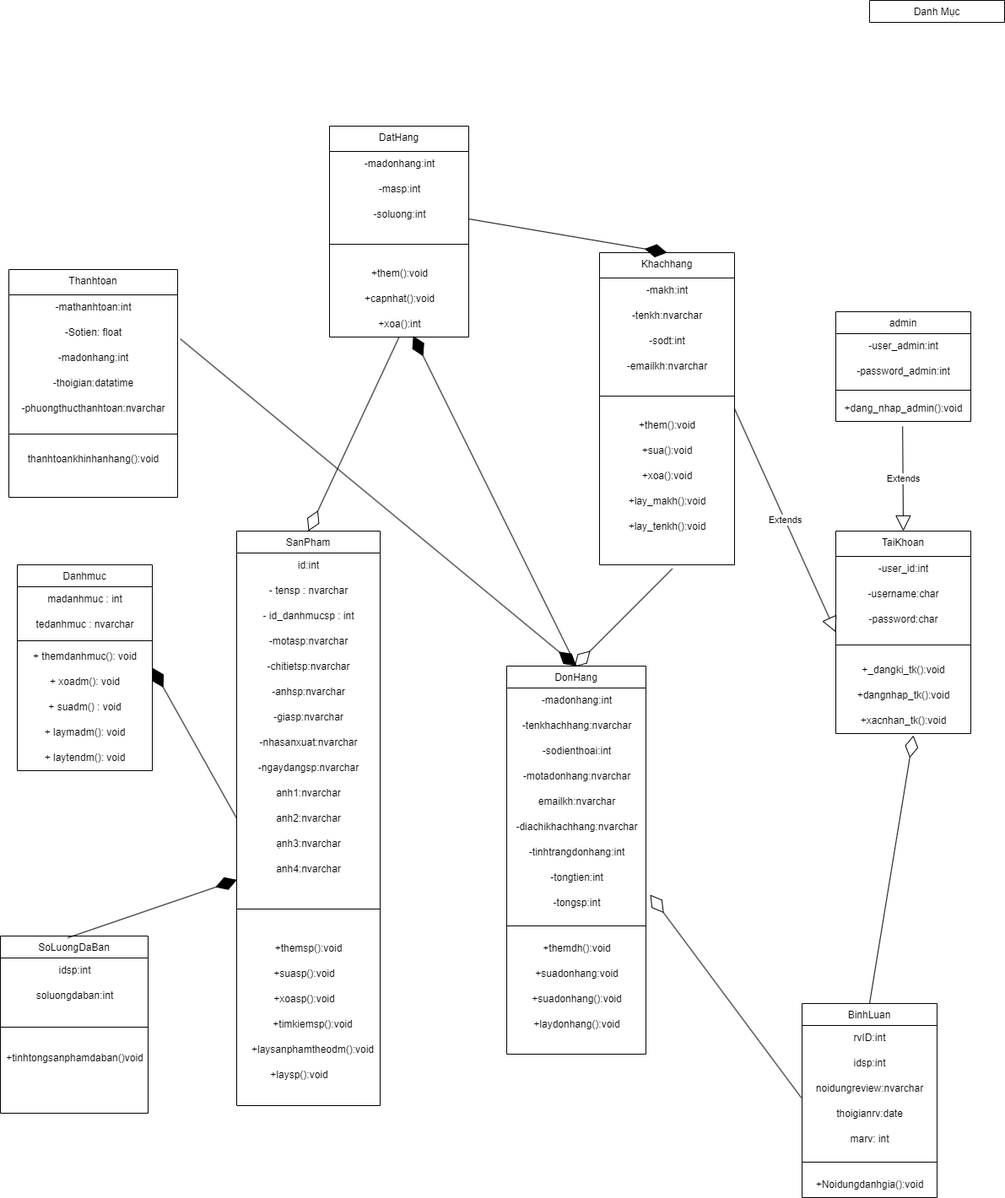
Before: vẽ class diagram cho web bán hàng.drawio.png, a diagram exported from draw.io (TTHTech/Diagram). Source tidied: cells renumbered, new cells last; positions are measured from the earlier drawing's top-left corner, leaving out a move shared by most shapes.
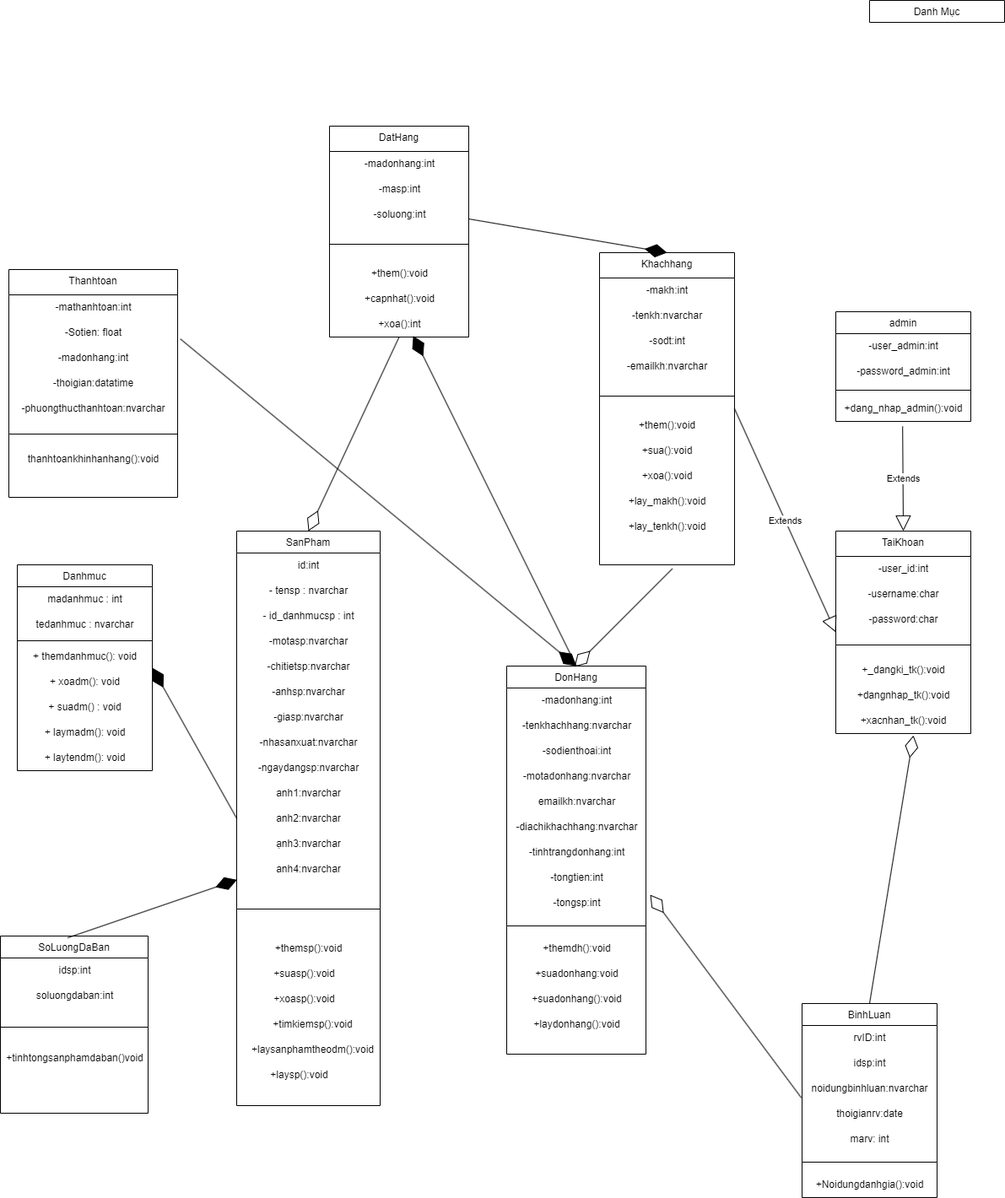
Above is the later version.

Commit message:
Cập nhật vẽ class diagram cho web bán hàng.drawio.png

Change to the diagram source:
```diff
@@ -322,7 +322,7 @@
     <mxCell id="106" value="idsp:int" style="text;html=1;align=center;verticalAlign=middle;strokeColor=none;fillColor=none;" parent="104" vertex="1">
       <mxGeometry y="56" width="160" height="30" as="geometry" />
     </mxCell>
-    <mxCell id="107" value="noidungreview:nvarchar" style="text;html=1;align=center;verticalAlign=middle;points=[];strokeColor=none;fillColor=none;" parent="104" vertex="1">
+    <mxCell id="107" value="noidungbinhluan:nvarchar" style="text;html=1;align=center;verticalAlign=middle;points=[];strokeColor=none;fillColor=none;" parent="104" vertex="1">
       <mxGeometry y="86" width="160" height="30" as="geometry" />
     </mxCell>
     <mxCell id="108" value="thoigianrv:date" style="text;html=1;align=center;verticalAlign=middle;strokeColor=none;fillColor=none;" parent="104" vertex="1">
```
